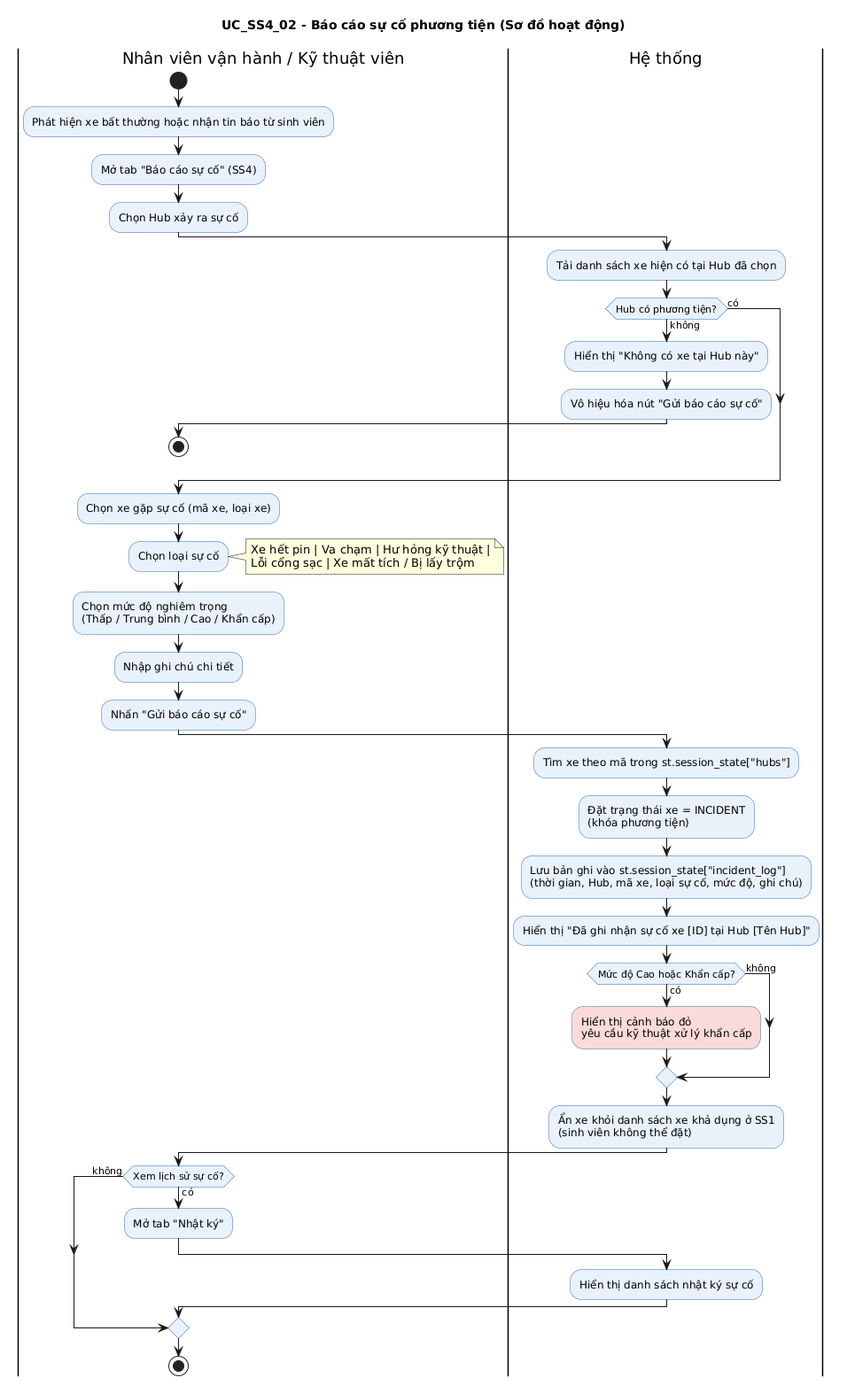
Dat-nguyen195/BTL_1_CNPM keeps this PlantUML diagram as docs/diagrams/Use-case detail-scenario/SS4/Activity diagrams/UC_SS4_02_activity.png. Above is the earlier version. Source of this version:
```plantuml
@startuml
title UC_SS4_02 - Báo cáo sự cố phương tiện (Sơ đồ hoạt động)
skinparam shadowing false
skinparam ActivityBackgroundColor #E8F1FB
skinparam ActivityBorderColor #2B6CB0

|Nhân viên vận hành / Kỹ thuật viên|
start
:Phát hiện xe bất thường hoặc nhận tin báo từ sinh viên;
:Mở tab "Báo cáo sự cố" (SS4);
:Chọn Hub xảy ra sự cố;

|Hệ thống|
:Tải danh sách xe hiện có tại Hub đã chọn;

if (Hub có phương tiện?) then (không)
  :Hiển thị "Không có xe tại Hub này";
  :Vô hiệu hóa nút "Gửi báo cáo sự cố";
  |Nhân viên vận hành / Kỹ thuật viên|
  stop
else (có)
endif

|Nhân viên vận hành / Kỹ thuật viên|
:Chọn xe gặp sự cố (mã xe, loại xe);
:Chọn loại sự cố;
note right
  Xe hết pin | Va chạm | Hư hỏng kỹ thuật |
  Lỗi cổng sạc | Xe mất tích / Bị lấy trộm
end note
:Chọn mức độ nghiêm trọng\n(Thấp / Trung bình / Cao / Khẩn cấp);
:Nhập ghi chú chi tiết;
:Nhấn "Gửi báo cáo sự cố";

|Hệ thống|
:Tìm xe theo mã trong st.session_state["hubs"];
:Đặt trạng thái xe = INCIDENT\n(khóa phương tiện);
:Lưu bản ghi vào st.session_state["incident_log"]\n(thời gian, Hub, mã xe, loại sự cố, mức độ, ghi chú);
:Hiển thị "Đã ghi nhận sự cố xe [ID] tại Hub [Tên Hub]";

if (Mức độ Cao hoặc Khẩn cấp?) then (có)
  :Hiển thị cảnh báo đỏ\nyêu cầu kỹ thuật xử lý khẩn cấp; <<#FADBD8>>
else (không)
endif

:Ẩn xe khỏi danh sách xe khả dụng ở SS1\n(sinh viên không thể đặt);

|Nhân viên vận hành / Kỹ thuật viên|
if (Xem lịch sử sự cố?) then (có)
  :Mở tab "Nhật ký";
  |Hệ thống|
  :Hiển thị danh sách nhật ký sự cố;
else (không)
endif

|Nhân viên vận hành / Kỹ thuật viên|
stop
@enduml
```
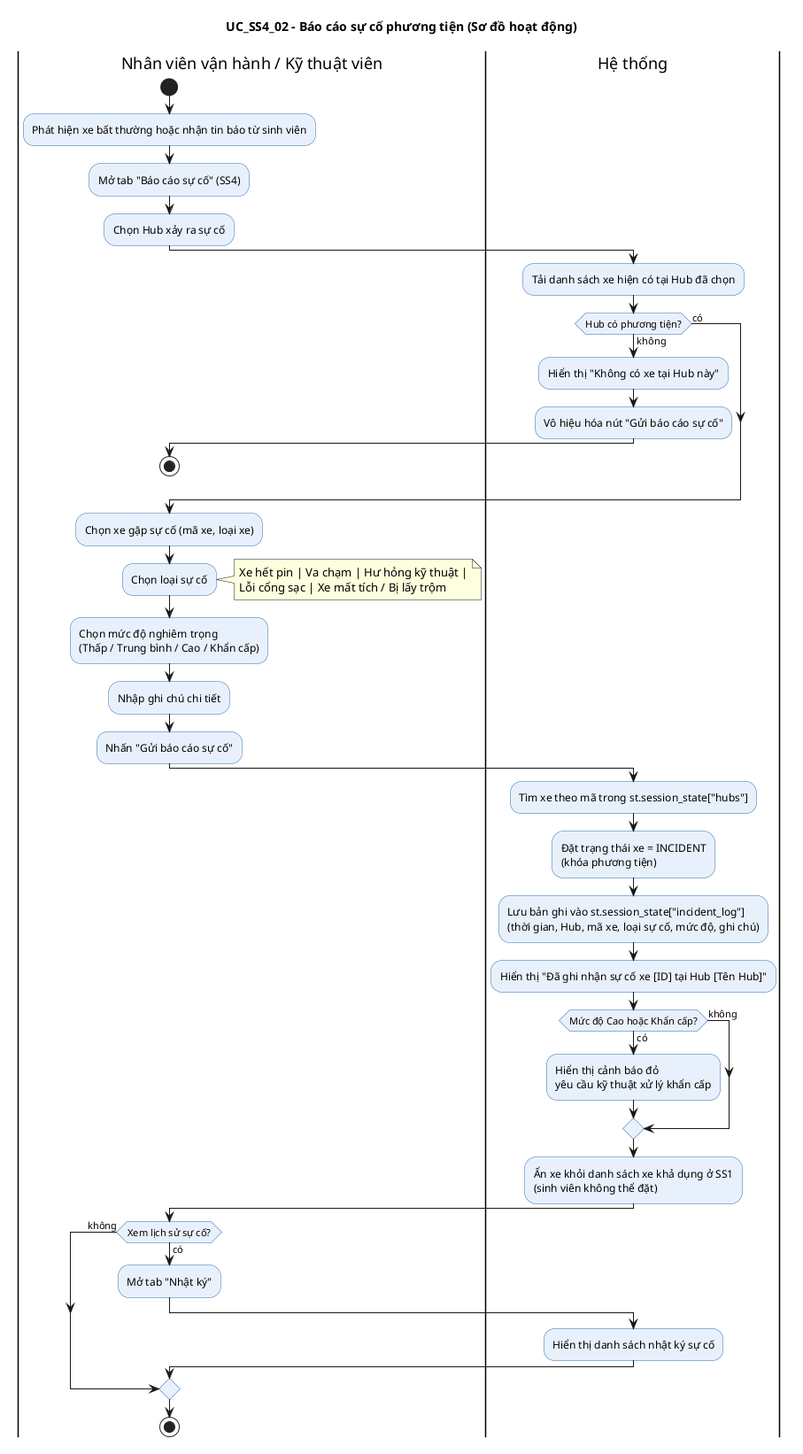
The same file after the commit.

Diff of the diagram source:
```diff
@@ -1,4 +1,5 @@
-@startuml
+@startuml UC_SS4_02_activity
+!pragma layout smetana
 title UC_SS4_02 - Báo cáo sự cố phương tiện (Sơ đồ hoạt động)
 skinparam shadowing false
 skinparam ActivityBackgroundColor #E8F1FB
@@ -39,7 +40,7 @@
 :Hiển thị "Đã ghi nhận sự cố xe [ID] tại Hub [Tên Hub]";
 
 if (Mức độ Cao hoặc Khẩn cấp?) then (có)
-  :Hiển thị cảnh báo đỏ\nyêu cầu kỹ thuật xử lý khẩn cấp; <<#FADBD8>>
+  :Hiển thị cảnh báo đỏ\nyêu cầu kỹ thuật xử lý khẩn cấp;
 else (không)
 endif
 
```
